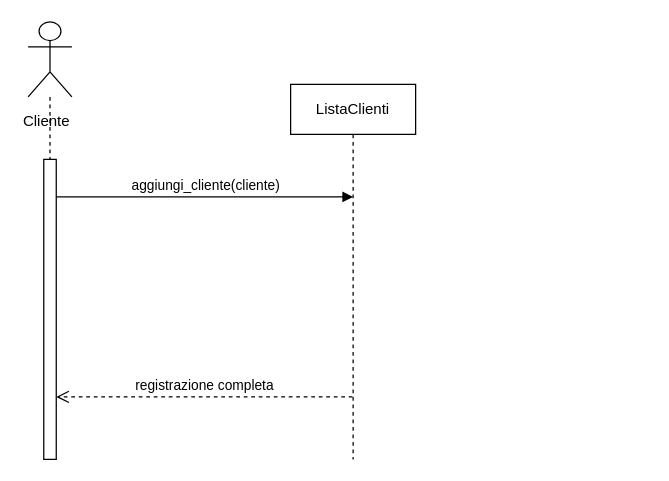
Earlier version of the draw.io diagram Diagrammi_delle_sequenze/modificabili/diagramma_registrazione_cliente.drawio (fd-col/ProgettoIngegneriaDelSoftware). Source tidied: cells renumbered, new cells numbered last; positions are measured from the earlier drawing's top-left corner, leaving out a move shared by most shapes. Both pictures are drawn from the tidied source at 125%, with x=0, y=0 at pixel (21, 21).
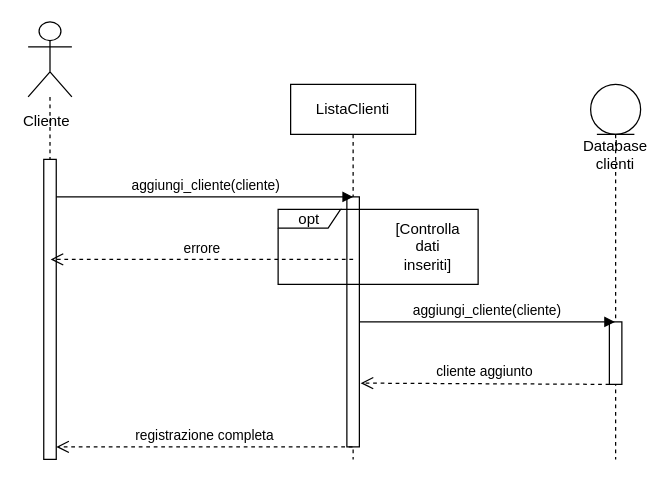
After the change.

The edit, as a diff of the source:
```diff
@@
 <mxGraphModel>
   <root>
     <mxCell id="0" />
     <mxCell id="1" parent="0" />
     <mxCell id="2" style="html=1;perimeter=orthogonalPerimeter;" parent="1" vertex="1">
       <mxGeometry x="17.5" y="110" width="10" height="240" as="geometry" />
     </mxCell>
     <mxCell id="3" style="shape=umlLifeline;participant=umlActor;perimeter=lifelinePerimeter;whiteSpace=wrap;html=1;verticalAlign=top;spacingTop=36;size=60;" parent="1" vertex="1">
       <mxGeometry x="5" width="35" height="110" as="geometry" />
     </mxCell>
     <mxCell id="4" value="Cliente" style="text;html=1;strokeColor=none;fillColor=none;align=center;verticalAlign=middle;whiteSpace=wrap;rounded=0;" parent="3" vertex="1">
       <mxGeometry x="-5" y="70" width="40" height="20" as="geometry" />
     </mxCell>
     <mxCell id="5" value="&lt;div&gt;ListaClienti&lt;/div&gt;" style="shape=umlLifeline;perimeter=lifelinePerimeter;whiteSpace=wrap;html=1;outlineConnect=0;" parent="1" vertex="1">
       <mxGeometry x="215" y="50" width="100" height="300" as="geometry" />
     </mxCell>
+    <mxCell id="8" style="html=1;points=[];perimeter=orthogonalPerimeter;" parent="5" vertex="1">
+      <mxGeometry x="45" y="90" width="10" height="200" as="geometry" />
+    </mxCell>
     <mxCell id="6" value="aggiungi_cliente(cliente)" style="html=1;verticalAlign=bottom;endArrow=block;" parent="1" edge="1">
       <mxGeometry relative="1" as="geometry">
         <mxPoint x="27.5" y="140" as="sourcePoint" />
         <mxPoint x="265" y="140" as="targetPoint" />
       </mxGeometry>
     </mxCell>
-    <mxCell id="7" value="&lt;div&gt;registrazione completa&lt;/div&gt;" style="html=1;verticalAlign=bottom;endArrow=open;dashed=1;endSize=8;" parent="1" edge="1" source="5">
+    <mxCell id="7" value="&lt;div&gt;registrazione completa&lt;/div&gt;" style="html=1;verticalAlign=bottom;endArrow=open;dashed=1;endSize=8;" parent="1" edge="1">
       <mxGeometry relative="1" as="geometry">
-        <mxPoint x="27.5" y="300" as="targetPoint" />
+        <mxPoint x="264.5" y="340" as="sourcePoint" />
+        <mxPoint x="27.5" y="340" as="targetPoint" />
       </mxGeometry>
     </mxCell>
+    <mxCell id="9" value="Database&lt;br&gt;clienti" style="shape=umlLifeline;participant=umlEntity;perimeter=lifelinePerimeter;whiteSpace=wrap;html=1;verticalAlign=top;spacingTop=36;outlineConnect=0;" parent="1" vertex="1">
+      <mxGeometry x="455" y="50" width="40" height="300" as="geometry" />
+    </mxCell>
+    <mxCell id="10" value="opt" style="shape=umlFrame;whiteSpace=wrap;html=1;width=50;height=15;" parent="1" vertex="1">
+      <mxGeometry x="205" y="150" width="160" height="60" as="geometry" />
+    </mxCell>
+    <mxCell id="11" value="[Controlla dati inseriti]" style="text;html=1;strokeColor=none;fillColor=none;align=center;verticalAlign=middle;whiteSpace=wrap;rounded=0;" parent="1" vertex="1">
+      <mxGeometry x="305" y="170" width="40" height="20" as="geometry" />
+    </mxCell>
+    <mxCell id="12" value="errore" style="html=1;verticalAlign=bottom;endArrow=open;dashed=1;endSize=8;" parent="1" edge="1">
+      <mxGeometry relative="1" as="geometry">
+        <mxPoint x="265" y="190" as="sourcePoint" />
+        <mxPoint x="23" y="190" as="targetPoint" />
+      </mxGeometry>
+    </mxCell>
+    <mxCell id="13" style="html=1;perimeter=orthogonalPerimeter;" parent="1" vertex="1">
+      <mxGeometry x="470" y="240" width="10" height="50" as="geometry" />
+    </mxCell>
+    <mxCell id="14" value="aggiungi_cliente(cliente)" style="html=1;verticalAlign=bottom;endArrow=block;" parent="1" edge="1" source="8" target="9">
+      <mxGeometry relative="1" as="geometry" />
+    </mxCell>
+    <mxCell id="15" value="cliente aggiunto" style="html=1;verticalAlign=bottom;endArrow=open;dashed=1;endSize=8;" parent="1" edge="1">
+      <mxGeometry relative="1" as="geometry">
+        <mxPoint x="470" y="290" as="sourcePoint" />
+        <mxPoint x="271" y="289" as="targetPoint" />
+      </mxGeometry>
+    </mxCell>
   </root>
 </mxGraphModel>
```
